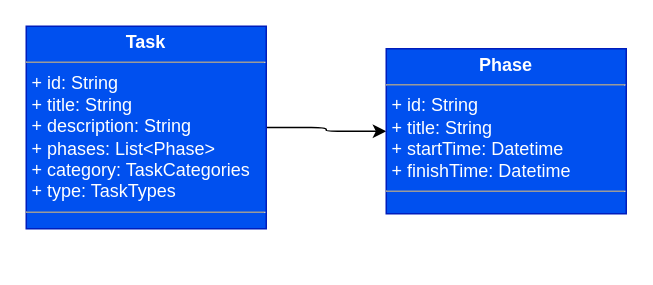
SpectralJager/life_controll_app keeps this draw.io diagram as page "models" (1 of 3) of design.drawio. Above is the earlier version. Source tidied: cells renumbered, new cells numbered last; positions are measured from the earlier drawing's top-left corner, leaving out a move shared by most shapes. Both pictures are drawn from the tidied source at 150%, with x=0, y=0 at pixel (26, 26).
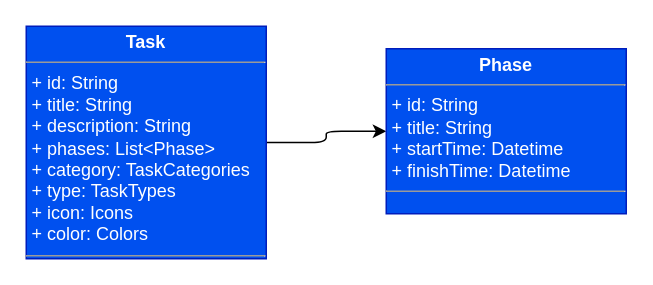
The same diagram, later.

The edit, as a diff of the source:
```diff
@@
 <mxGraphModel>
   <root>
     <mxCell id="0" />
     <mxCell id="1" parent="0" />
     <mxCell id="2" style="edgeStyle=orthogonalEdgeStyle;html=1;exitX=1;exitY=0.5;exitDx=0;exitDy=0;entryX=0;entryY=0.5;entryDx=0;entryDy=0;" parent="1" edge="1" source="3" target="4">
       <mxGeometry relative="1" as="geometry" />
     </mxCell>
-    <mxCell id="3" value="&lt;p style=&quot;margin: 0px ; margin-top: 4px ; text-align: center&quot;&gt;&lt;b&gt;Task&lt;/b&gt;&lt;/p&gt;&lt;hr size=&quot;1&quot;&gt;&lt;p style=&quot;margin: 0px ; margin-left: 4px&quot;&gt;+ id: String&lt;/p&gt;&lt;p style=&quot;margin: 0px ; margin-left: 4px&quot;&gt;+ title: String&lt;/p&gt;&lt;p style=&quot;margin: 0px ; margin-left: 4px&quot;&gt;+ description: String&lt;/p&gt;&lt;p style=&quot;margin: 0px ; margin-left: 4px&quot;&gt;+ phases: List&amp;lt;Phase&amp;gt;&lt;/p&gt;&lt;p style=&quot;margin: 0px ; margin-left: 4px&quot;&gt;+ category: TaskCategories&lt;/p&gt;&lt;p style=&quot;margin: 0px ; margin-left: 4px&quot;&gt;+ type: TaskTypes&lt;/p&gt;&lt;hr size=&quot;1&quot;&gt;&lt;p style=&quot;margin: 0px ; margin-left: 4px&quot;&gt;&lt;br&gt;&lt;/p&gt;" style="verticalAlign=top;align=left;overflow=fill;fontSize=12;fontFamily=Helvetica;html=1;fillColor=#0050ef;fontColor=#ffffff;strokeColor=#001DBC;" parent="1" vertex="1">
-      <mxGeometry width="160" height="135" as="geometry" />
+    <mxCell id="3" value="&lt;p style=&quot;margin: 0px ; margin-top: 4px ; text-align: center&quot;&gt;&lt;b&gt;Task&lt;/b&gt;&lt;/p&gt;&lt;hr size=&quot;1&quot;&gt;&lt;p style=&quot;margin: 0px ; margin-left: 4px&quot;&gt;+ id: String&lt;/p&gt;&lt;p style=&quot;margin: 0px ; margin-left: 4px&quot;&gt;+ title: String&lt;/p&gt;&lt;p style=&quot;margin: 0px ; margin-left: 4px&quot;&gt;+ description: String&lt;/p&gt;&lt;p style=&quot;margin: 0px ; margin-left: 4px&quot;&gt;+ phases: List&amp;lt;Phase&amp;gt;&lt;/p&gt;&lt;p style=&quot;margin: 0px ; margin-left: 4px&quot;&gt;+ category: TaskCategories&lt;/p&gt;&lt;p style=&quot;margin: 0px ; margin-left: 4px&quot;&gt;+ type: TaskTypes&lt;/p&gt;&lt;p style=&quot;margin: 0px ; margin-left: 4px&quot;&gt;+ icon: Icons&lt;/p&gt;&lt;p style=&quot;margin: 0px ; margin-left: 4px&quot;&gt;+ color: Colors&lt;/p&gt;&lt;hr size=&quot;1&quot;&gt;&lt;p style=&quot;margin: 0px ; margin-left: 4px&quot;&gt;&lt;br&gt;&lt;/p&gt;" style="verticalAlign=top;align=left;overflow=fill;fontSize=12;fontFamily=Helvetica;html=1;fillColor=#0050ef;fontColor=#ffffff;strokeColor=#001DBC;" parent="1" vertex="1">
+      <mxGeometry width="160" height="155" as="geometry" />
     </mxCell>
     <mxCell id="4" value="&lt;p style=&quot;margin: 0px ; margin-top: 4px ; text-align: center&quot;&gt;&lt;b&gt;Phase&lt;/b&gt;&lt;/p&gt;&lt;hr size=&quot;1&quot;&gt;&lt;p style=&quot;margin: 0px ; margin-left: 4px&quot;&gt;+ id: String&lt;/p&gt;&lt;p style=&quot;margin: 0px ; margin-left: 4px&quot;&gt;+ title: String&lt;/p&gt;&lt;p style=&quot;margin: 0px ; margin-left: 4px&quot;&gt;+ startTime: Datetime&lt;/p&gt;&lt;p style=&quot;margin: 0px ; margin-left: 4px&quot;&gt;+ finishTime: Datetime&lt;/p&gt;&lt;hr size=&quot;1&quot;&gt;&lt;p style=&quot;margin: 0px ; margin-left: 4px&quot;&gt;&lt;br&gt;&lt;/p&gt;" style="verticalAlign=top;align=left;overflow=fill;fontSize=12;fontFamily=Helvetica;html=1;fillColor=#0050ef;fontColor=#ffffff;strokeColor=#001DBC;" parent="1" vertex="1">
       <mxGeometry x="240" y="15" width="160" height="110" as="geometry" />
     </mxCell>
   </root>
 </mxGraphModel>
```
